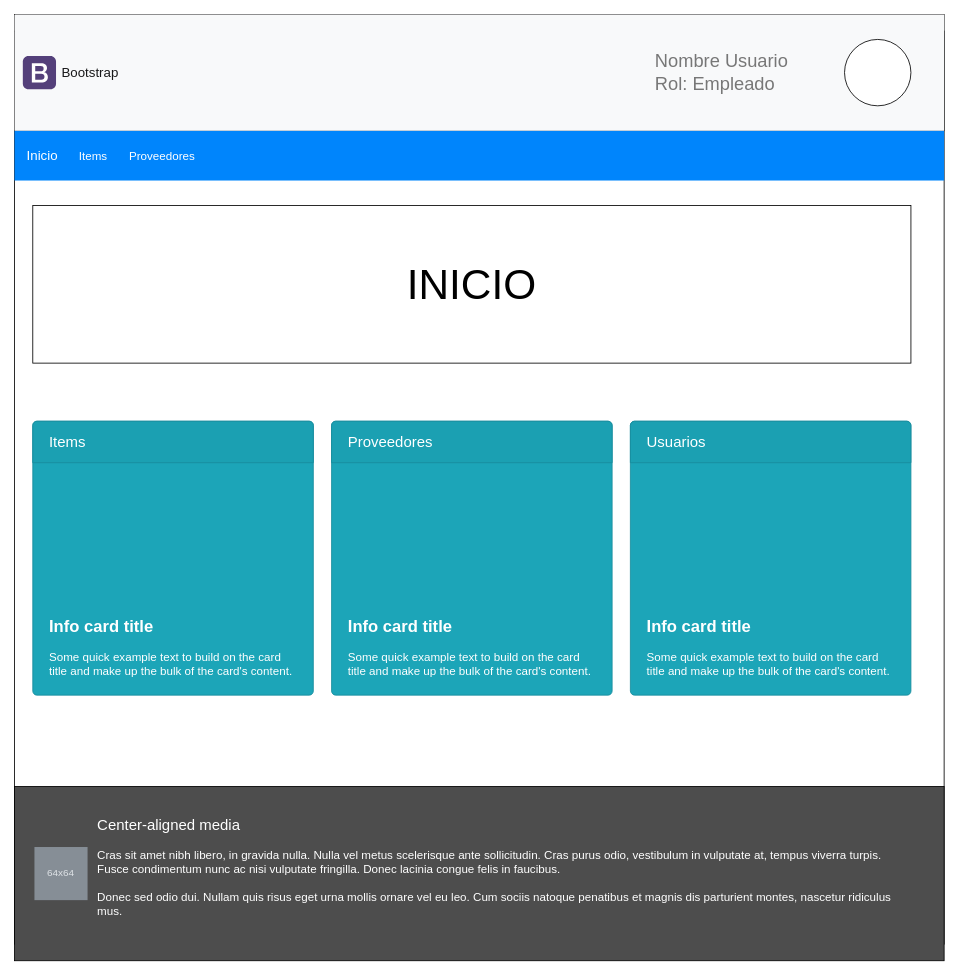
This is page "Index-empleados" (2 of 5) of Documentación/MockUps.drawio from vladimbol7/Proyecto_Ciclo3, a draw.io file, before an edit. Source tidied: cells renumbered, new cells numbered last; positions are measured from the earlier drawing's top-left corner, leaving out a move shared by most shapes. Both pictures are drawn from the tidied source at 83%, with x=0, y=0 at pixel (14, 14).
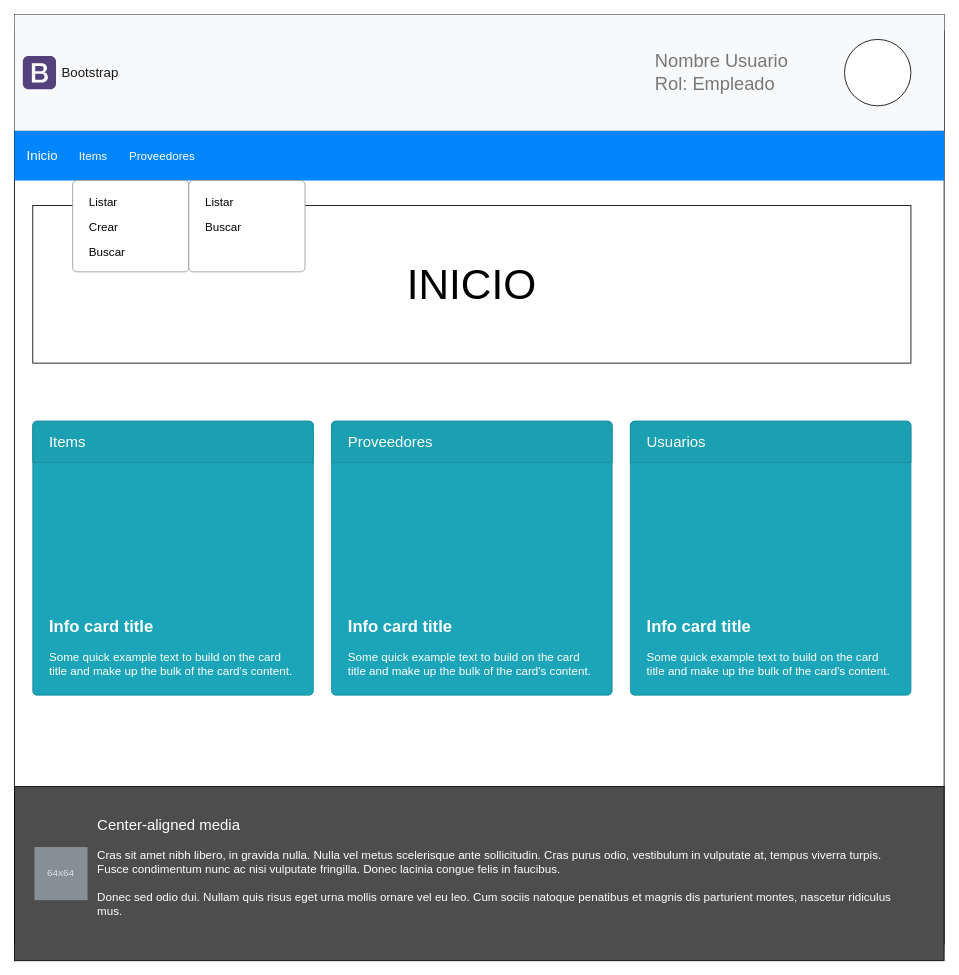
The same diagram, later.

What changed in the source:
```diff
@@
+    <mxCell id="21" style="html=1;shadow=0;dashed=0;shape=mxgraph.bootstrap.rrect;rSize=5;fillColor=#ffffff;strokeColor=#999999;" parent="1" vertex="1">
+      <mxGeometry x="70" y="200" width="140" height="110" as="geometry" />
+    </mxCell>
+    <mxCell id="22" value="Listar" style="fillColor=none;strokeColor=none;align=left;spacing=20;fontSize=14;" parent="21" vertex="1">
+      <mxGeometry width="140" height="30" relative="1" as="geometry">
+        <mxPoint y="10" as="offset" />
+      </mxGeometry>
+    </mxCell>
+    <mxCell id="23" value="Crear" style="fillColor=none;strokeColor=none;align=left;spacing=20;fontSize=14;" parent="21" vertex="1">
+      <mxGeometry width="140" height="30" relative="1" as="geometry">
+        <mxPoint y="40" as="offset" />
+      </mxGeometry>
+    </mxCell>
+    <mxCell id="24" value="Buscar" style="fillColor=none;strokeColor=none;align=left;spacing=20;fontSize=14;" parent="21" vertex="1">
+      <mxGeometry y="70" width="140" height="30" as="geometry" />
+    </mxCell>
+    <mxCell id="25" style="html=1;shadow=0;dashed=0;shape=mxgraph.bootstrap.rrect;rSize=5;fillColor=#ffffff;strokeColor=#999999;" parent="1" vertex="1">
+      <mxGeometry x="210" y="200" width="140" height="110" as="geometry" />
+    </mxCell>
+    <mxCell id="26" value="Listar" style="fillColor=none;strokeColor=none;align=left;spacing=20;fontSize=14;" parent="25" vertex="1">
+      <mxGeometry width="140" height="30" relative="1" as="geometry">
+        <mxPoint y="10" as="offset" />
+      </mxGeometry>
+    </mxCell>
+    <mxCell id="27" value="Buscar" style="fillColor=none;strokeColor=none;align=left;spacing=20;fontSize=14;" parent="25" vertex="1">
+      <mxGeometry y="40" width="140" height="30" as="geometry" />
+    </mxCell>
```
